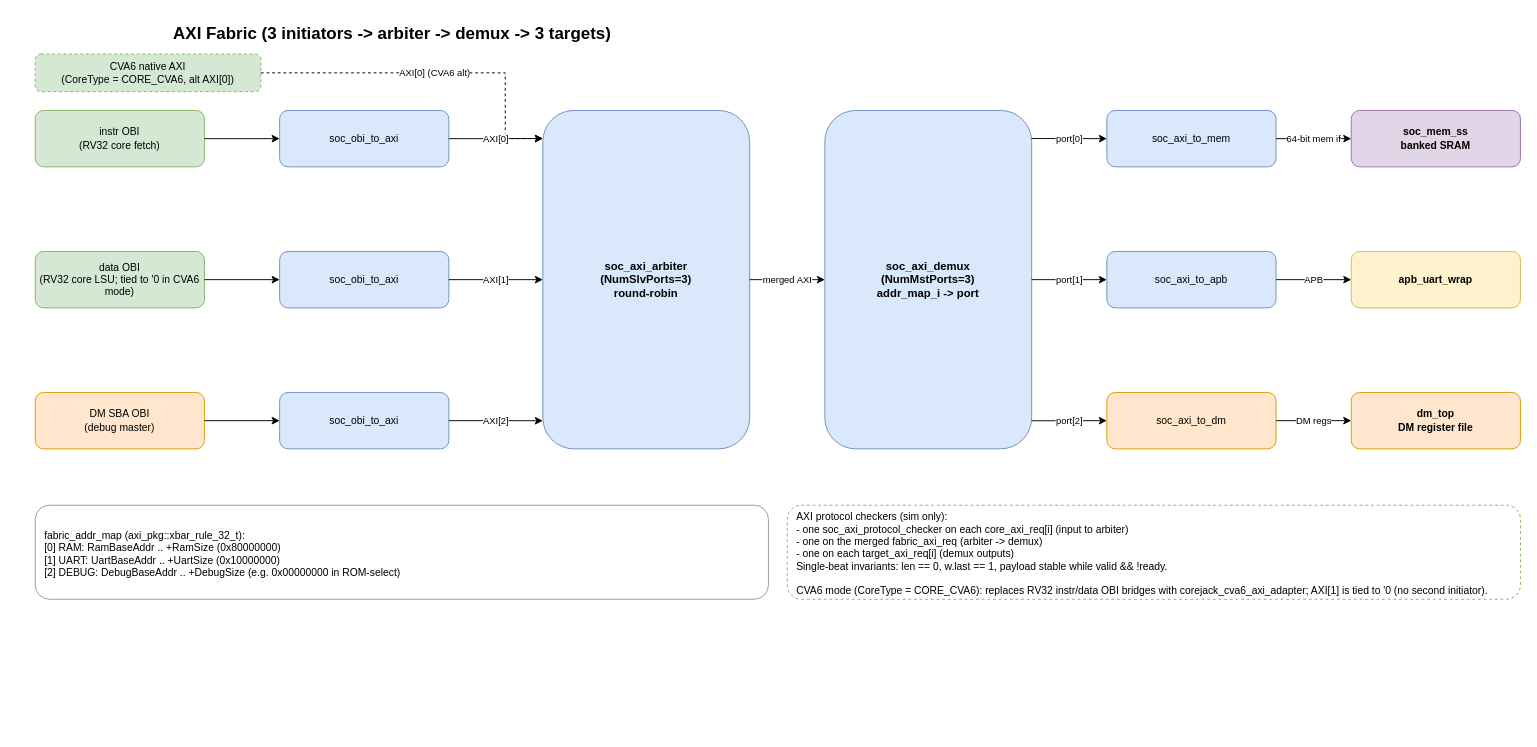
Earlier version of the draw.io diagram page "2. AXI Fabric" (2 of 7) of docs/media/corejack_soc.drawio (patrickerich/corejack). Source tidied: cells renumbered, new cells numbered last; positions are measured from the earlier drawing's top-left corner, leaving out a move shared by most shapes. Both pictures are drawn from the tidied source at 94%, with x=0, y=0 at pixel (16, 16).
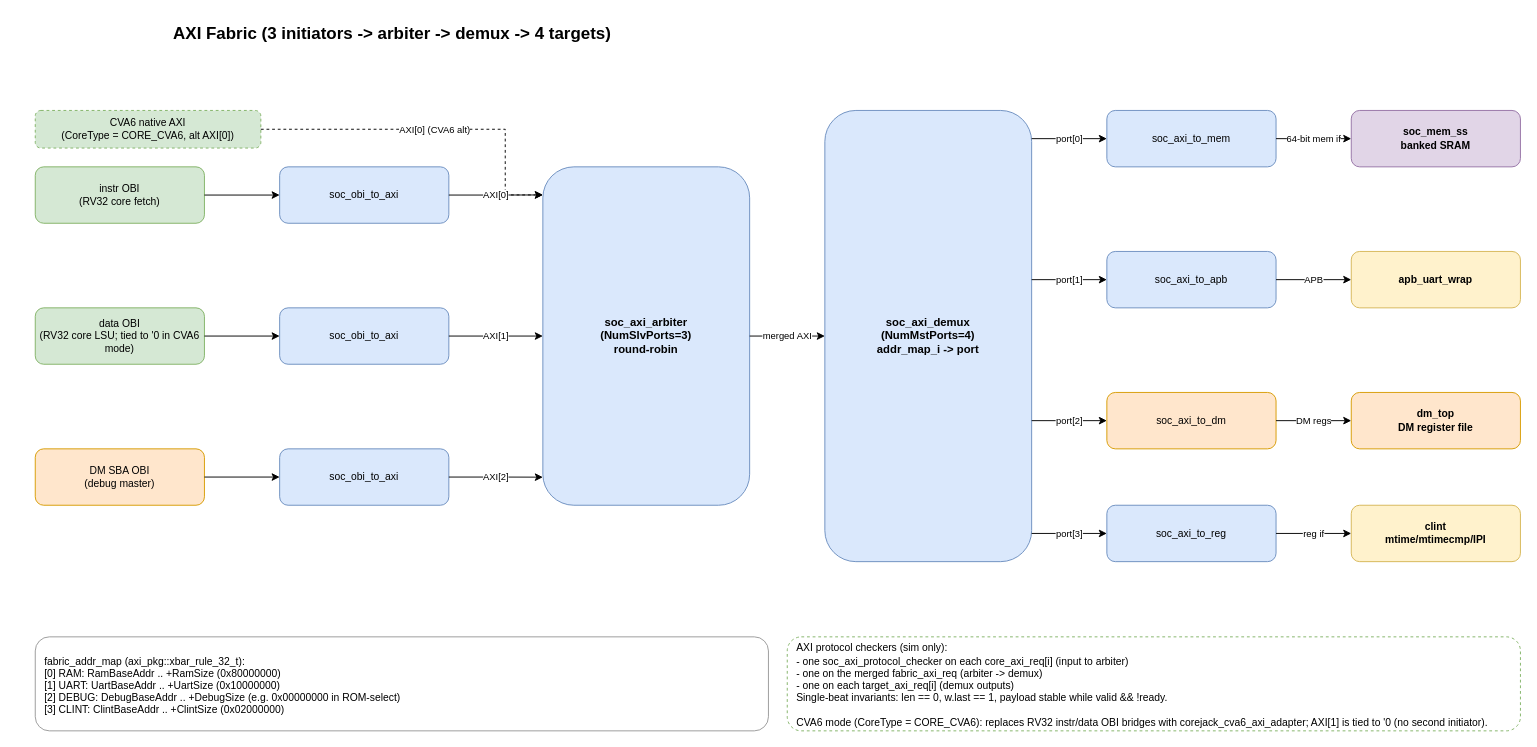
The same diagram, later.

Commit message (it also covers changes not shown here):
Promote MemNumBanks, frame the fabric bottleneck, refresh diagrams

The change refers to these unchanged cells:
```xml
<mxCell id="12" value="soc_axi_to_mem" style="rounded=1;whiteSpace=wrap;html=1;fillColor=#dae8fc;strokeColor=#6c8ebf;fontSize=11;verticalAlign=middle;" parent="1" vertex="1">
  <mxGeometry x="1160" y="100" width="180" height="60" as="geometry" />
</mxCell>
<mxCell id="13" value="soc_axi_to_apb" style="rounded=1;whiteSpace=wrap;html=1;fillColor=#dae8fc;strokeColor=#6c8ebf;fontSize=11;verticalAlign=middle;" parent="1" vertex="1">
  <mxGeometry x="1160" y="250" width="180" height="60" as="geometry" />
</mxCell>
<mxCell id="14" value="soc_axi_to_dm" style="rounded=1;whiteSpace=wrap;html=1;fillColor=#ffe6cc;strokeColor=#d79b00;fontSize=11;verticalAlign=middle;" parent="1" vertex="1">
  <mxGeometry x="1160" y="400" width="180" height="60" as="geometry" />
</mxCell>
```

What changed in the source:
```diff
@@
-    <mxCell id="2" value="AXI Fabric (3 initiators -&gt; arbiter -&gt; demux -&gt; 3 targets)" style="text;html=1;strokeColor=none;fillColor=none;align=center;verticalAlign=middle;whiteSpace=wrap;rounded=0;fontSize=18;fontStyle=1;" parent="1" vertex="1">
+    <mxCell id="2" value="AXI Fabric (3 initiators -&gt; arbiter -&gt; demux -&gt; 4 targets)" style="text;html=1;strokeColor=none;fillColor=none;align=center;verticalAlign=middle;whiteSpace=wrap;rounded=0;fontSize=18;fontStyle=1;" parent="1" vertex="1">
       <mxGeometry width="800" height="36" as="geometry" />
     </mxCell>
     <mxCell id="3" value="CVA6 native AXI&#10;(CoreType = CORE_CVA6, alt AXI[0])" style="rounded=1;whiteSpace=wrap;html=1;fillColor=#d5e8d4;strokeColor=#82b366;fontSize=11;verticalAlign=middle;dashed=1;" parent="1" vertex="1">
-      <mxGeometry x="20" y="40" width="240" height="40" as="geometry" />
+      <mxGeometry x="20" y="100" width="240" height="40" as="geometry" />
     </mxCell>
     <mxCell id="4" value="instr OBI&#10;(RV32 core fetch)" style="rounded=1;whiteSpace=wrap;html=1;fillColor=#d5e8d4;strokeColor=#82b366;fontSize=11;verticalAlign=middle;" parent="1" vertex="1">
-      <mxGeometry x="20" y="100" width="180" height="60" as="geometry" />
+      <mxGeometry x="20" y="160" width="180" height="60" as="geometry" />
     </mxCell>
     <mxCell id="5" value="data OBI&#10;(RV32 core LSU; tied to '0 in CVA6 mode)" style="rounded=1;whiteSpace=wrap;html=1;fillColor=#d5e8d4;strokeColor=#82b366;fontSize=11;verticalAlign=middle;" parent="1" vertex="1">
-      <mxGeometry x="20" y="250" width="180" height="60" as="geometry" />
+      <mxGeometry x="20" y="310" width="180" height="60" as="geometry" />
     </mxCell>
     <mxCell id="6" value="DM SBA OBI&#10;(debug master)" style="rounded=1;whiteSpace=wrap;html=1;fillColor=#ffe6cc;strokeColor=#d79b00;fontSize=11;verticalAlign=middle;" parent="1" vertex="1">
-      <mxGeometry x="20" y="400" width="180" height="60" as="geometry" />
+      <mxGeometry x="20" y="460" width="180" height="60" as="geometry" />
     </mxCell>
     <mxCell id="7" value="soc_obi_to_axi" style="rounded=1;whiteSpace=wrap;html=1;fillColor=#dae8fc;strokeColor=#6c8ebf;fontSize=11;verticalAlign=middle;" parent="1" vertex="1">
-      <mxGeometry x="280" y="100" width="180" height="60" as="geometry" />
+      <mxGeometry x="280" y="160" width="180" height="60" as="geometry" />
     </mxCell>
     <mxCell id="8" value="soc_obi_to_axi" style="rounded=1;whiteSpace=wrap;html=1;fillColor=#dae8fc;strokeColor=#6c8ebf;fontSize=11;verticalAlign=middle;" parent="1" vertex="1">
-      <mxGeometry x="280" y="250" width="180" height="60" as="geometry" />
+      <mxGeometry x="280" y="310" width="180" height="60" as="geometry" />
     </mxCell>
     <mxCell id="9" value="soc_obi_to_axi" style="rounded=1;whiteSpace=wrap;html=1;fillColor=#dae8fc;strokeColor=#6c8ebf;fontSize=11;verticalAlign=middle;" parent="1" vertex="1">
-      <mxGeometry x="280" y="400" width="180" height="60" as="geometry" />
+      <mxGeometry x="280" y="460" width="180" height="60" as="geometry" />
     </mxCell>
     <mxCell id="10" value="soc_axi_arbiter&#10;(NumSlvPorts=3)&#10;round-robin" style="rounded=1;whiteSpace=wrap;html=1;fillColor=#dae8fc;strokeColor=#6c8ebf;fontSize=12;fontStyle=1;verticalAlign=middle;" parent="1" vertex="1">
-      <mxGeometry x="560" y="100" width="220" height="360" as="geometry" />
+      <mxGeometry x="560" y="160" width="220" height="360" as="geometry" />
     </mxCell>
-    <mxCell id="11" value="soc_axi_demux&#10;(NumMstPorts=3)&#10;addr_map_i -&gt; port" style="rounded=1;whiteSpace=wrap;html=1;fillColor=#dae8fc;strokeColor=#6c8ebf;fontSize=12;fontStyle=1;verticalAlign=middle;" parent="1" vertex="1">
-      <mxGeometry x="860" y="100" width="220" height="360" as="geometry" />
+    <mxCell id="11" value="soc_axi_demux&#10;(NumMstPorts=4)&#10;addr_map_i -&gt; port" style="rounded=1;whiteSpace=wrap;html=1;fillColor=#dae8fc;strokeColor=#6c8ebf;fontSize=12;fontStyle=1;verticalAlign=middle;" parent="1" vertex="1">
+      <mxGeometry x="860" y="100" width="220" height="480" as="geometry" />
     </mxCell>
@@
+    <mxCell id="34" value="soc_axi_to_reg" style="rounded=1;whiteSpace=wrap;html=1;fillColor=#dae8fc;strokeColor=#6c8ebf;fontSize=11;verticalAlign=middle;" parent="1" vertex="1">
+      <mxGeometry x="1160" y="520" width="180" height="60" as="geometry" />
+    </mxCell>
@@
+    <mxCell id="35" value="clint&#10;mtime/mtimecmp/IPI" style="rounded=1;whiteSpace=wrap;html=1;fillColor=#fff2cc;strokeColor=#d6b656;fontSize=11;fontStyle=1;verticalAlign=middle;" parent="1" vertex="1">
+      <mxGeometry x="1420" y="520" width="180" height="60" as="geometry" />
+    </mxCell>
-    <mxCell id="18" value="fabric_addr_map (axi_pkg::xbar_rule_32_t):&#10;[0] RAM:   RamBaseAddr   .. +RamSize     (0x80000000)&#10;[1] UART:  UartBaseAddr  .. +UartSize    (0x10000000)&#10;[2] DEBUG: DebugBaseAddr .. +DebugSize   (e.g. 0x00000000 in ROM-select)" style="rounded=1;whiteSpace=wrap;html=1;fillColor=#FFFFFF;strokeColor=#999999;fontSize=11;align=left;spacingLeft=8;spacingTop=4;" parent="1" vertex="1">
-      <mxGeometry x="20" y="520" width="780" height="100" as="geometry" />
+    <mxCell id="18" value="fabric_addr_map (axi_pkg::xbar_rule_32_t):&#10;[0] RAM:   RamBaseAddr   .. +RamSize     (0x80000000)&#10;[1] UART:  UartBaseAddr  .. +UartSize    (0x10000000)&#10;[2] DEBUG: DebugBaseAddr .. +DebugSize   (e.g. 0x00000000 in ROM-select)&#10;[3] CLINT: ClintBaseAddr .. +ClintSize   (0x02000000)" style="rounded=1;whiteSpace=wrap;html=1;fillColor=#FFFFFF;strokeColor=#999999;fontSize=11;align=left;spacingLeft=8;spacingTop=4;" parent="1" vertex="1">
+      <mxGeometry x="20" y="660" width="780" height="100" as="geometry" />
     </mxCell>
     <mxCell id="19" value="AXI protocol checkers (sim only):&#10;- one soc_axi_protocol_checker on each core_axi_req[i] (input to arbiter)&#10;- one on the merged fabric_axi_req (arbiter -&gt; demux)&#10;- one on each target_axi_req[i] (demux outputs)&#10;Single-beat invariants: len == 0, w.last == 1, payload stable while valid &amp;&amp; !ready.&#10;&#10;CVA6 mode (CoreType = CORE_CVA6): replaces RV32 instr/data OBI bridges with corejack_cva6_axi_adapter; AXI[1] is tied to '0 (no second initiator)." style="rounded=1;whiteSpace=wrap;html=1;fillColor=#FFFFFF;strokeColor=#82b366;fontSize=11;align=left;spacingLeft=8;spacingTop=4;dashed=1;" parent="1" vertex="1">
-      <mxGeometry x="820" y="520" width="780" height="100" as="geometry" />
+      <mxGeometry x="820" y="660" width="780" height="100" as="geometry" />
     </mxCell>
     <mxCell id="20" value="AXI[0] (CVA6 alt)" style="endArrow=classic;html=1;edgeStyle=orthogonalEdgeStyle;rounded=0;exitX=1;exitY=0.5;entryX=0;entryY=0.083;fontSize=10;dashed=1;" parent="1" edge="1" source="3" target="10">
       <mxGeometry relative="1" as="geometry">
         <Array as="points">
-          <mxPoint x="520" y="60" />
-          <mxPoint x="520" y="130" />
+          <mxPoint x="520" y="120" />
+          <mxPoint x="520" y="190" />
         </Array>
       </mxGeometry>
     </mxCell>
@@
-    <mxCell id="28" value="port[0]" style="endArrow=classic;html=1;edgeStyle=orthogonalEdgeStyle;rounded=0;exitX=1;exitY=0.083;entryX=0;entryY=0.5;fontSize=10;" parent="1" edge="1" source="11" target="12">
+    <mxCell id="28" value="port[0]" style="endArrow=classic;html=1;edgeStyle=orthogonalEdgeStyle;rounded=0;exitX=1;exitY=0.0625;entryX=0;entryY=0.5;fontSize=10;" parent="1" edge="1" source="11" target="12">
       <mxGeometry relative="1" as="geometry" />
     </mxCell>
-    <mxCell id="29" value="port[1]" style="endArrow=classic;html=1;edgeStyle=orthogonalEdgeStyle;rounded=0;exitX=1;exitY=0.5;entryX=0;entryY=0.5;fontSize=10;" parent="1" edge="1" source="11" target="13">
+    <mxCell id="29" value="port[1]" style="endArrow=classic;html=1;edgeStyle=orthogonalEdgeStyle;rounded=0;exitX=1;exitY=0.375;entryX=0;entryY=0.5;fontSize=10;" parent="1" edge="1" source="11" target="13">
       <mxGeometry relative="1" as="geometry" />
     </mxCell>
-    <mxCell id="30" value="port[2]" style="endArrow=classic;html=1;edgeStyle=orthogonalEdgeStyle;rounded=0;exitX=1;exitY=0.917;entryX=0;entryY=0.5;fontSize=10;" parent="1" edge="1" source="11" target="14">
+    <mxCell id="30" value="port[2]" style="endArrow=classic;html=1;edgeStyle=orthogonalEdgeStyle;rounded=0;exitX=1;exitY=0.6875;entryX=0;entryY=0.5;fontSize=10;" parent="1" edge="1" source="11" target="14">
       <mxGeometry relative="1" as="geometry" />
     </mxCell>
+    <mxCell id="36" value="port[3]" style="endArrow=classic;html=1;edgeStyle=orthogonalEdgeStyle;rounded=0;exitX=1;exitY=0.9375;entryX=0;entryY=0.5;fontSize=10;" parent="1" edge="1" source="11" target="34">
+      <mxGeometry relative="1" as="geometry" />
+    </mxCell>
@@
+    <mxCell id="37" value="reg if" style="endArrow=classic;html=1;edgeStyle=orthogonalEdgeStyle;rounded=0;exitX=1;exitY=0.5;entryX=0;entryY=0.5;fontSize=10;" parent="1" edge="1" source="34" target="35">
+      <mxGeometry relative="1" as="geometry" />
+    </mxCell>
```
